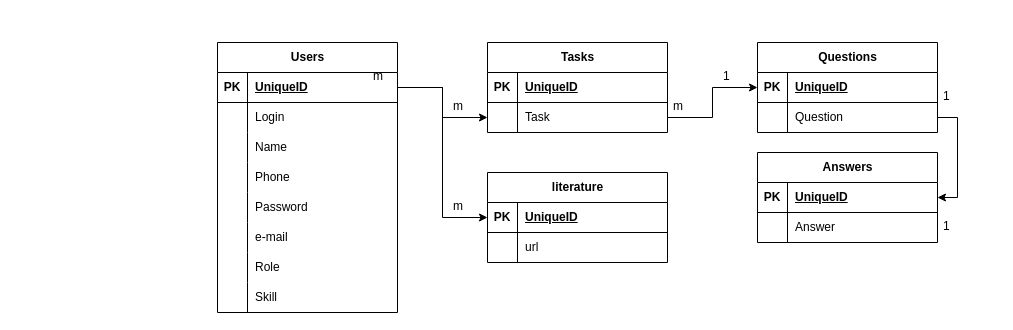
This is BD/Диаграмма без названия.drawio from OlgaShopieva/springMVC-noWebAppConfig, a draw.io file, before an edit. Source tidied: cells renumbered, new cells numbered last; positions are measured from the earlier drawing's top-left corner, leaving out a move shared by most shapes. Both pictures are drawn from the tidied source at 100%, with x=0, y=0 at pixel (217, 42).
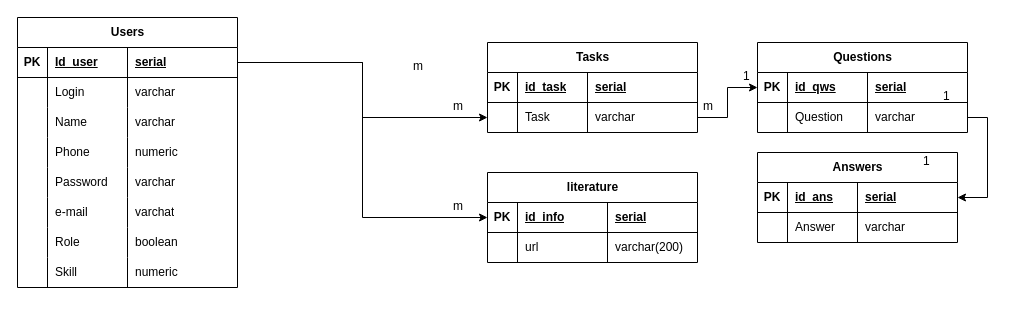
After the change.

Change to the diagram source:
```diff
@@
     <mxCell id="2" value="Users" style="shape=table;startSize=30;childLayout=tableLayout;rowLines=0;fontStyle=1;align=center;html=1;" parent="1" vertex="1">
-      <mxGeometry width="180" height="270" as="geometry" />
+      <mxGeometry x="-200" y="-25" width="220" height="270" as="geometry" />
     </mxCell>
     <mxCell id="3" style="shape=tableRow;horizontal=0;startSize=0;swimlaneHead=0;swimlaneBody=0;fillColor=none;points=[[0,0.5],[1,0.5]];portConstraint=eastwest;top=0;left=0;right=0;bottom=1;" parent="2" vertex="1">
-      <mxGeometry y="30" width="180" height="30" as="geometry" />
+      <mxGeometry y="30" width="220" height="30" as="geometry" />
     </mxCell>
@@
-    <mxCell id="5" value="UniqueID" style="shape=partialRectangle;fillColor=none;top=0;left=0;bottom=0;right=0;align=left;spacingLeft=6;fontStyle=5;overflow=hidden;whiteSpace=wrap;html=1;" parent="3" vertex="1">
-      <mxGeometry x="30" width="150" height="30" as="geometry" />
+    <mxCell id="5" value="Id_user" style="shape=partialRectangle;fillColor=none;top=0;left=0;bottom=0;right=0;align=left;spacingLeft=6;fontStyle=5;overflow=hidden;whiteSpace=wrap;html=1;" parent="3" vertex="1">
+      <mxGeometry x="30" width="80" height="30" as="geometry" />
     </mxCell>
+    <mxCell id="66" value="serial" style="shape=partialRectangle;fillColor=none;top=0;left=0;bottom=0;right=0;align=left;spacingLeft=6;fontStyle=5;overflow=hidden;whiteSpace=wrap;html=1;" parent="3" vertex="1">
+      <mxGeometry x="110" width="110" height="30" as="geometry" />
+    </mxCell>
     <mxCell id="6" style="shape=tableRow;horizontal=0;startSize=0;swimlaneHead=0;swimlaneBody=0;fillColor=none;top=0;left=0;right=0;bottom=0;" parent="2" vertex="1">
-      <mxGeometry y="60" width="180" height="30" as="geometry" />
+      <mxGeometry y="60" width="220" height="30" as="geometry" />
     </mxCell>
@@
     <mxCell id="8" value="Login" style="shape=partialRectangle;fillColor=none;top=0;left=0;bottom=0;right=0;align=left;spacingLeft=6;overflow=hidden;whiteSpace=wrap;html=1;" parent="6" vertex="1">
-      <mxGeometry x="30" width="150" height="30" as="geometry" />
+      <mxGeometry x="30" width="80" height="30" as="geometry" />
     </mxCell>
+    <mxCell id="67" value="varchar" style="shape=partialRectangle;fillColor=none;top=0;left=0;bottom=0;right=0;align=left;spacingLeft=6;overflow=hidden;whiteSpace=wrap;html=1;" parent="6" vertex="1">
+      <mxGeometry x="110" width="110" height="30" as="geometry" />
+    </mxCell>
     <mxCell id="9" style="shape=tableRow;horizontal=0;startSize=0;swimlaneHead=0;swimlaneBody=0;fillColor=none;top=0;left=0;right=0;bottom=0;" parent="2" vertex="1">
-      <mxGeometry y="90" width="180" height="30" as="geometry" />
+      <mxGeometry y="90" width="220" height="30" as="geometry" />
     </mxCell>
@@
     <mxCell id="11" value="Name" style="shape=partialRectangle;fillColor=none;top=0;left=0;bottom=0;right=0;align=left;spacingLeft=6;overflow=hidden;whiteSpace=wrap;html=1;" parent="9" vertex="1">
-      <mxGeometry x="30" width="150" height="30" as="geometry" />
+      <mxGeometry x="30" width="80" height="30" as="geometry" />
     </mxCell>
+    <mxCell id="68" value="varchar" style="shape=partialRectangle;fillColor=none;top=0;left=0;bottom=0;right=0;align=left;spacingLeft=6;overflow=hidden;whiteSpace=wrap;html=1;" parent="9" vertex="1">
+      <mxGeometry x="110" width="110" height="30" as="geometry" />
+    </mxCell>
     <mxCell id="12" style="shape=tableRow;horizontal=0;startSize=0;swimlaneHead=0;swimlaneBody=0;fillColor=none;top=0;left=0;right=0;bottom=0;" parent="2" vertex="1">
-      <mxGeometry y="120" width="180" height="30" as="geometry" />
+      <mxGeometry y="120" width="220" height="30" as="geometry" />
     </mxCell>
@@
     <mxCell id="14" value="Phone" style="shape=partialRectangle;fillColor=none;top=0;left=0;bottom=0;right=0;align=left;spacingLeft=6;overflow=hidden;whiteSpace=wrap;html=1;" parent="12" vertex="1">
-      <mxGeometry x="30" width="150" height="30" as="geometry" />
+      <mxGeometry x="30" width="80" height="30" as="geometry" />
     </mxCell>
+    <mxCell id="69" value="numeric" style="shape=partialRectangle;fillColor=none;top=0;left=0;bottom=0;right=0;align=left;spacingLeft=6;overflow=hidden;whiteSpace=wrap;html=1;" parent="12" vertex="1">
+      <mxGeometry x="110" width="110" height="30" as="geometry" />
+    </mxCell>
     <mxCell id="15" style="shape=tableRow;horizontal=0;startSize=0;swimlaneHead=0;swimlaneBody=0;fillColor=none;top=0;left=0;right=0;bottom=0;" parent="2" vertex="1">
-      <mxGeometry y="150" width="180" height="30" as="geometry" />
+      <mxGeometry y="150" width="220" height="30" as="geometry" />
     </mxCell>
@@
     <mxCell id="17" value="Password" style="shape=partialRectangle;fillColor=none;top=0;left=0;bottom=0;right=0;align=left;spacingLeft=6;overflow=hidden;whiteSpace=wrap;html=1;" parent="15" vertex="1">
-      <mxGeometry x="30" width="150" height="30" as="geometry" />
+      <mxGeometry x="30" width="80" height="30" as="geometry" />
     </mxCell>
+    <mxCell id="70" value="varchar" style="shape=partialRectangle;fillColor=none;top=0;left=0;bottom=0;right=0;align=left;spacingLeft=6;overflow=hidden;whiteSpace=wrap;html=1;" parent="15" vertex="1">
+      <mxGeometry x="110" width="110" height="30" as="geometry" />
+    </mxCell>
     <mxCell id="18" style="shape=tableRow;horizontal=0;startSize=0;swimlaneHead=0;swimlaneBody=0;fillColor=none;top=0;left=0;right=0;bottom=0;" parent="2" vertex="1">
-      <mxGeometry y="180" width="180" height="30" as="geometry" />
+      <mxGeometry y="180" width="220" height="30" as="geometry" />
     </mxCell>
@@
     <mxCell id="20" value="e-mail" style="shape=partialRectangle;fillColor=none;top=0;left=0;bottom=0;right=0;align=left;spacingLeft=6;overflow=hidden;whiteSpace=wrap;html=1;" parent="18" vertex="1">
-      <mxGeometry x="30" width="150" height="30" as="geometry" />
+      <mxGeometry x="30" width="80" height="30" as="geometry" />
     </mxCell>
+    <mxCell id="71" value="varchat" style="shape=partialRectangle;fillColor=none;top=0;left=0;bottom=0;right=0;align=left;spacingLeft=6;overflow=hidden;whiteSpace=wrap;html=1;" parent="18" vertex="1">
+      <mxGeometry x="110" width="110" height="30" as="geometry" />
+    </mxCell>
     <mxCell id="21" style="shape=tableRow;horizontal=0;startSize=0;swimlaneHead=0;swimlaneBody=0;fillColor=none;top=0;left=0;right=0;bottom=0;" parent="2" vertex="1">
-      <mxGeometry y="210" width="180" height="30" as="geometry" />
+      <mxGeometry y="210" width="220" height="30" as="geometry" />
     </mxCell>
@@
     <mxCell id="23" value="Role" style="shape=partialRectangle;fillColor=none;top=0;left=0;bottom=0;right=0;align=left;spacingLeft=6;overflow=hidden;whiteSpace=wrap;html=1;" parent="21" vertex="1">
-      <mxGeometry x="30" width="150" height="30" as="geometry" />
+      <mxGeometry x="30" width="80" height="30" as="geometry" />
     </mxCell>
+    <mxCell id="72" value="boolean" style="shape=partialRectangle;fillColor=none;top=0;left=0;bottom=0;right=0;align=left;spacingLeft=6;overflow=hidden;whiteSpace=wrap;html=1;" parent="21" vertex="1">
+      <mxGeometry x="110" width="110" height="30" as="geometry" />
+    </mxCell>
     <mxCell id="24" style="shape=tableRow;horizontal=0;startSize=0;swimlaneHead=0;swimlaneBody=0;fillColor=none;top=0;left=0;right=0;bottom=0;" parent="2" vertex="1">
-      <mxGeometry y="240" width="180" height="30" as="geometry" />
+      <mxGeometry y="240" width="220" height="30" as="geometry" />
     </mxCell>
@@
     <mxCell id="26" value="Skill" style="shape=partialRectangle;fillColor=none;top=0;left=0;bottom=0;right=0;align=left;spacingLeft=6;overflow=hidden;whiteSpace=wrap;html=1;" parent="24" vertex="1">
-      <mxGeometry x="30" width="150" height="30" as="geometry" />
+      <mxGeometry x="30" width="80" height="30" as="geometry" />
     </mxCell>
+    <mxCell id="73" value="numeric" style="shape=partialRectangle;fillColor=none;top=0;left=0;bottom=0;right=0;align=left;spacingLeft=6;overflow=hidden;whiteSpace=wrap;html=1;" parent="24" vertex="1">
+      <mxGeometry x="110" width="110" height="30" as="geometry" />
+    </mxCell>
     <mxCell id="27" value="Questions" style="shape=table;startSize=30;childLayout=tableLayout;rowLines=0;fontStyle=1;align=center;html=1;" parent="1" vertex="1">
-      <mxGeometry x="540" width="180" height="90" as="geometry" />
+      <mxGeometry x="540" width="210" height="90" as="geometry" />
     </mxCell>
     <mxCell id="28" style="shape=tableRow;horizontal=0;startSize=0;swimlaneHead=0;swimlaneBody=0;fillColor=none;points=[[0,0.5],[1,0.5]];portConstraint=eastwest;top=0;left=0;right=0;bottom=1;" parent="27" vertex="1">
-      <mxGeometry y="30" width="180" height="30" as="geometry" />
+      <mxGeometry y="30" width="210" height="30" as="geometry" />
     </mxCell>
@@
-    <mxCell id="30" value="UniqueID" style="shape=partialRectangle;fillColor=none;top=0;left=0;bottom=0;right=0;align=left;spacingLeft=6;fontStyle=5;overflow=hidden;whiteSpace=wrap;html=1;" parent="28" vertex="1">
-      <mxGeometry x="30" width="150" height="30" as="geometry" />
+    <mxCell id="30" value="id_qws" style="shape=partialRectangle;fillColor=none;top=0;left=0;bottom=0;right=0;align=left;spacingLeft=6;fontStyle=5;overflow=hidden;whiteSpace=wrap;html=1;" parent="28" vertex="1">
+      <mxGeometry x="30" width="80" height="30" as="geometry" />
     </mxCell>
+    <mxCell id="74" value="serial" style="shape=partialRectangle;fillColor=none;top=0;left=0;bottom=0;right=0;align=left;spacingLeft=6;fontStyle=5;overflow=hidden;whiteSpace=wrap;html=1;" parent="28" vertex="1">
+      <mxGeometry x="110" width="100" height="30" as="geometry" />
+    </mxCell>
     <mxCell id="31" style="shape=tableRow;horizontal=0;startSize=0;swimlaneHead=0;swimlaneBody=0;fillColor=none;points=[[0,0.5],[1,0.5]];portConstraint=eastwest;top=0;left=0;right=0;bottom=0;" parent="27" vertex="1">
-      <mxGeometry y="60" width="180" height="30" as="geometry" />
+      <mxGeometry y="60" width="210" height="30" as="geometry" />
     </mxCell>
@@
     <mxCell id="33" value="Question" style="shape=partialRectangle;fillColor=none;top=0;left=0;bottom=0;right=0;align=left;spacingLeft=6;overflow=hidden;whiteSpace=wrap;html=1;" parent="31" vertex="1">
-      <mxGeometry x="30" width="150" height="30" as="geometry" />
+      <mxGeometry x="30" width="80" height="30" as="geometry" />
     </mxCell>
+    <mxCell id="75" value="varchar&lt;br&gt;" style="shape=partialRectangle;fillColor=none;top=0;left=0;bottom=0;right=0;align=left;spacingLeft=6;overflow=hidden;whiteSpace=wrap;html=1;" parent="31" vertex="1">
+      <mxGeometry x="110" width="100" height="30" as="geometry" />
+    </mxCell>
     <mxCell id="34" value="Answers" style="shape=table;startSize=30;childLayout=tableLayout;rowLines=0;fontStyle=1;align=center;html=1;" parent="1" vertex="1">
-      <mxGeometry x="540" y="110" width="180" height="90" as="geometry" />
+      <mxGeometry x="540" y="110" width="200" height="90" as="geometry" />
     </mxCell>
     <mxCell id="35" style="shape=tableRow;horizontal=0;startSize=0;swimlaneHead=0;swimlaneBody=0;fillColor=none;points=[[0,0.5],[1,0.5]];portConstraint=eastwest;top=0;left=0;right=0;bottom=1;" parent="34" vertex="1">
-      <mxGeometry y="30" width="180" height="30" as="geometry" />
+      <mxGeometry y="30" width="200" height="30" as="geometry" />
     </mxCell>
@@
-    <mxCell id="37" value="UniqueID" style="shape=partialRectangle;fillColor=none;top=0;left=0;bottom=0;right=0;align=left;spacingLeft=6;fontStyle=5;overflow=hidden;whiteSpace=wrap;html=1;" parent="35" vertex="1">
-      <mxGeometry x="30" width="150" height="30" as="geometry" />
+    <mxCell id="37" value="id_ans" style="shape=partialRectangle;fillColor=none;top=0;left=0;bottom=0;right=0;align=left;spacingLeft=6;fontStyle=5;overflow=hidden;whiteSpace=wrap;html=1;" parent="35" vertex="1">
+      <mxGeometry x="30" width="70" height="30" as="geometry" />
     </mxCell>
+    <mxCell id="76" value="serial" style="shape=partialRectangle;fillColor=none;top=0;left=0;bottom=0;right=0;align=left;spacingLeft=6;fontStyle=5;overflow=hidden;whiteSpace=wrap;html=1;" parent="35" vertex="1">
+      <mxGeometry x="100" width="100" height="30" as="geometry" />
+    </mxCell>
     <mxCell id="38" style="shape=tableRow;horizontal=0;startSize=0;swimlaneHead=0;swimlaneBody=0;fillColor=none;top=0;left=0;right=0;bottom=0;" parent="34" vertex="1">
-      <mxGeometry y="60" width="180" height="30" as="geometry" />
+      <mxGeometry y="60" width="200" height="30" as="geometry" />
     </mxCell>
@@
     <mxCell id="40" value="Answer" style="shape=partialRectangle;fillColor=none;top=0;left=0;bottom=0;right=0;align=left;spacingLeft=6;overflow=hidden;whiteSpace=wrap;html=1;" parent="38" vertex="1">
-      <mxGeometry x="30" width="150" height="30" as="geometry" />
+      <mxGeometry x="30" width="70" height="30" as="geometry" />
     </mxCell>
+    <mxCell id="77" value="varchar" style="shape=partialRectangle;fillColor=none;top=0;left=0;bottom=0;right=0;align=left;spacingLeft=6;overflow=hidden;whiteSpace=wrap;html=1;" parent="38" vertex="1">
+      <mxGeometry x="100" width="100" height="30" as="geometry" />
+    </mxCell>
@@
     <mxCell id="43" value="1" style="text;strokeColor=none;fillColor=none;spacingLeft=4;spacingRight=4;overflow=hidden;fontSize=12;whiteSpace=wrap;html=1;" parent="1" vertex="1">
-      <mxGeometry x="720" y="170" width="40" height="30" as="geometry" />
+      <mxGeometry x="700" y="105" width="40" height="30" as="geometry" />
     </mxCell>
     <mxCell id="44" value="Tasks" style="shape=table;startSize=30;childLayout=tableLayout;rowLines=0;fontStyle=1;align=center;html=1;" parent="1" vertex="1">
-      <mxGeometry x="270" width="180" height="90" as="geometry" />
+      <mxGeometry x="270" width="210" height="90" as="geometry" />
     </mxCell>
     <mxCell id="45" style="shape=tableRow;horizontal=0;startSize=0;swimlaneHead=0;swimlaneBody=0;fillColor=none;top=0;left=0;right=0;bottom=1;" parent="44" vertex="1">
-      <mxGeometry y="30" width="180" height="30" as="geometry" />
+      <mxGeometry y="30" width="210" height="30" as="geometry" />
     </mxCell>
@@
-    <mxCell id="47" value="UniqueID" style="shape=partialRectangle;fillColor=none;top=0;left=0;bottom=0;right=0;align=left;spacingLeft=6;fontStyle=5;overflow=hidden;whiteSpace=wrap;html=1;" parent="45" vertex="1">
-      <mxGeometry x="30" width="150" height="30" as="geometry" />
+    <mxCell id="47" value="id_task" style="shape=partialRectangle;fillColor=none;top=0;left=0;bottom=0;right=0;align=left;spacingLeft=6;fontStyle=5;overflow=hidden;whiteSpace=wrap;html=1;" parent="45" vertex="1">
+      <mxGeometry x="30" width="70" height="30" as="geometry" />
     </mxCell>
+    <mxCell id="78" value="serial" style="shape=partialRectangle;fillColor=none;top=0;left=0;bottom=0;right=0;align=left;spacingLeft=6;fontStyle=5;overflow=hidden;whiteSpace=wrap;html=1;" parent="45" vertex="1">
+      <mxGeometry x="100" width="110" height="30" as="geometry" />
+    </mxCell>
     <mxCell id="48" style="shape=tableRow;horizontal=0;startSize=0;swimlaneHead=0;swimlaneBody=0;fillColor=none;points=[[0,0.5],[1,0.5]];portConstraint=eastwest;top=0;left=0;right=0;bottom=0;" parent="44" vertex="1">
-      <mxGeometry y="60" width="180" height="30" as="geometry" />
+      <mxGeometry y="60" width="210" height="30" as="geometry" />
     </mxCell>
@@
     <mxCell id="50" value="Task" style="shape=partialRectangle;fillColor=none;top=0;left=0;bottom=0;right=0;align=left;spacingLeft=6;overflow=hidden;whiteSpace=wrap;html=1;" parent="48" vertex="1">
-      <mxGeometry x="30" width="150" height="30" as="geometry" />
+      <mxGeometry x="30" width="70" height="30" as="geometry" />
     </mxCell>
+    <mxCell id="79" value="varchar" style="shape=partialRectangle;fillColor=none;top=0;left=0;bottom=0;right=0;align=left;spacingLeft=6;overflow=hidden;whiteSpace=wrap;html=1;" parent="48" vertex="1">
+      <mxGeometry x="100" width="110" height="30" as="geometry" />
+    </mxCell>
@@
     <mxCell id="53" value="m" style="text;strokeColor=none;fillColor=none;spacingLeft=4;spacingRight=4;overflow=hidden;fontSize=12;whiteSpace=wrap;html=1;" parent="1" vertex="1">
-      <mxGeometry x="150" y="20" width="40" height="30" as="geometry" />
+      <mxGeometry x="190" y="10" width="40" height="30" as="geometry" />
     </mxCell>
@@
     <mxCell id="55" value="m" style="text;strokeColor=none;fillColor=none;spacingLeft=4;spacingRight=4;overflow=hidden;fontSize=12;whiteSpace=wrap;html=1;" parent="1" vertex="1">
-      <mxGeometry x="450" y="50" width="40" height="30" as="geometry" />
+      <mxGeometry x="480" y="50" width="40" height="30" as="geometry" />
     </mxCell>
     <mxCell id="56" value="1" style="text;strokeColor=none;fillColor=none;spacingLeft=4;spacingRight=4;overflow=hidden;fontSize=12;whiteSpace=wrap;html=1;" parent="1" vertex="1">
-      <mxGeometry x="500" y="20" width="40" height="30" as="geometry" />
+      <mxGeometry x="520" y="20" width="40" height="30" as="geometry" />
     </mxCell>
     <mxCell id="57" value="literature" style="shape=table;startSize=30;childLayout=tableLayout;rowLines=0;fontStyle=1;align=center;html=1;" parent="1" vertex="1">
-      <mxGeometry x="270" y="130" width="180" height="90" as="geometry" />
+      <mxGeometry x="270" y="130" width="210" height="90" as="geometry" />
     </mxCell>
     <mxCell id="58" style="shape=tableRow;horizontal=0;startSize=0;swimlaneHead=0;swimlaneBody=0;fillColor=none;points=[[0,0.5],[1,0.5]];portConstraint=eastwest;top=0;left=0;right=0;bottom=1;" parent="57" vertex="1">
-      <mxGeometry y="30" width="180" height="30" as="geometry" />
+      <mxGeometry y="30" width="210" height="30" as="geometry" />
     </mxCell>
@@
-    <mxCell id="60" value="UniqueID" style="shape=partialRectangle;fillColor=none;top=0;left=0;bottom=0;right=0;align=left;spacingLeft=6;fontStyle=5;overflow=hidden;whiteSpace=wrap;html=1;" parent="58" vertex="1">
-      <mxGeometry x="30" width="150" height="30" as="geometry" />
+    <mxCell id="60" value="id_info" style="shape=partialRectangle;fillColor=none;top=0;left=0;bottom=0;right=0;align=left;spacingLeft=6;fontStyle=5;overflow=hidden;whiteSpace=wrap;html=1;" parent="58" vertex="1">
+      <mxGeometry x="30" width="90" height="30" as="geometry" />
     </mxCell>
+    <mxCell id="80" value="serial" style="shape=partialRectangle;fillColor=none;top=0;left=0;bottom=0;right=0;align=left;spacingLeft=6;fontStyle=5;overflow=hidden;whiteSpace=wrap;html=1;" parent="58" vertex="1">
+      <mxGeometry x="120" width="90" height="30" as="geometry" />
+    </mxCell>
     <mxCell id="61" style="shape=tableRow;horizontal=0;startSize=0;swimlaneHead=0;swimlaneBody=0;fillColor=none;top=0;left=0;right=0;bottom=0;" parent="57" vertex="1">
-      <mxGeometry y="60" width="180" height="30" as="geometry" />
+      <mxGeometry y="60" width="210" height="30" as="geometry" />
     </mxCell>
@@
     <mxCell id="63" value="url" style="shape=partialRectangle;fillColor=none;top=0;left=0;bottom=0;right=0;align=left;spacingLeft=6;overflow=hidden;whiteSpace=wrap;html=1;" parent="61" vertex="1">
-      <mxGeometry x="30" width="150" height="30" as="geometry" />
+      <mxGeometry x="30" width="90" height="30" as="geometry" />
     </mxCell>
+    <mxCell id="81" value="varchar(200)" style="shape=partialRectangle;fillColor=none;top=0;left=0;bottom=0;right=0;align=left;spacingLeft=6;overflow=hidden;whiteSpace=wrap;html=1;" parent="61" vertex="1">
+      <mxGeometry x="120" width="90" height="30" as="geometry" />
+    </mxCell>
```
